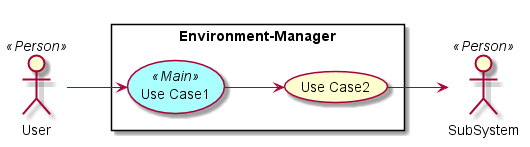
Earlier version of the PlantUML export docs/Solution/Environment-Manager/UseCases.png (CAADE/C3). Its diagram source:
```plantuml
@startuml

left to right direction

skinparam usecase {
  BackgroudnColor #ffffaa
  BackgroundColor<<Main>> #aaffff
}
actor :User: <<Person>>
actor :SubSystem: <<Person>>


rectangle "Environment-Manager" {
UseCase UC1 <<Main>> as "Use Case1"
UseCase UC2  as "Use Case2"


User --> UC1
UC1 --> UC2
UC2 --> SubSystem
}

@enduml
```
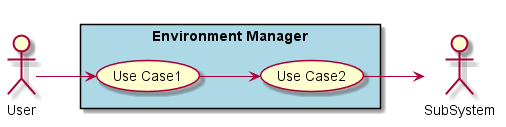
After the change.

Change to the diagram source:
```diff
@@ -2,17 +2,13 @@
 
 left to right direction
 
-skinparam usecase {
-  BackgroudnColor #ffffaa
-  BackgroundColor<<Main>> #aaffff
-}
-actor :User: <<Person>>
-actor :SubSystem: <<Person>>
+actor :User:
+actor :SubSystem:
 
 
-rectangle "Environment-Manager" {
-UseCase UC1 <<Main>> as "Use Case1"
-UseCase UC2  as "Use Case2"
+rectangle "Environment Manager" #lightblue {
+UseCase UC1 as "Use Case1"
+UseCase UC2 as "Use Case2"
 
 
 User --> UC1
```
